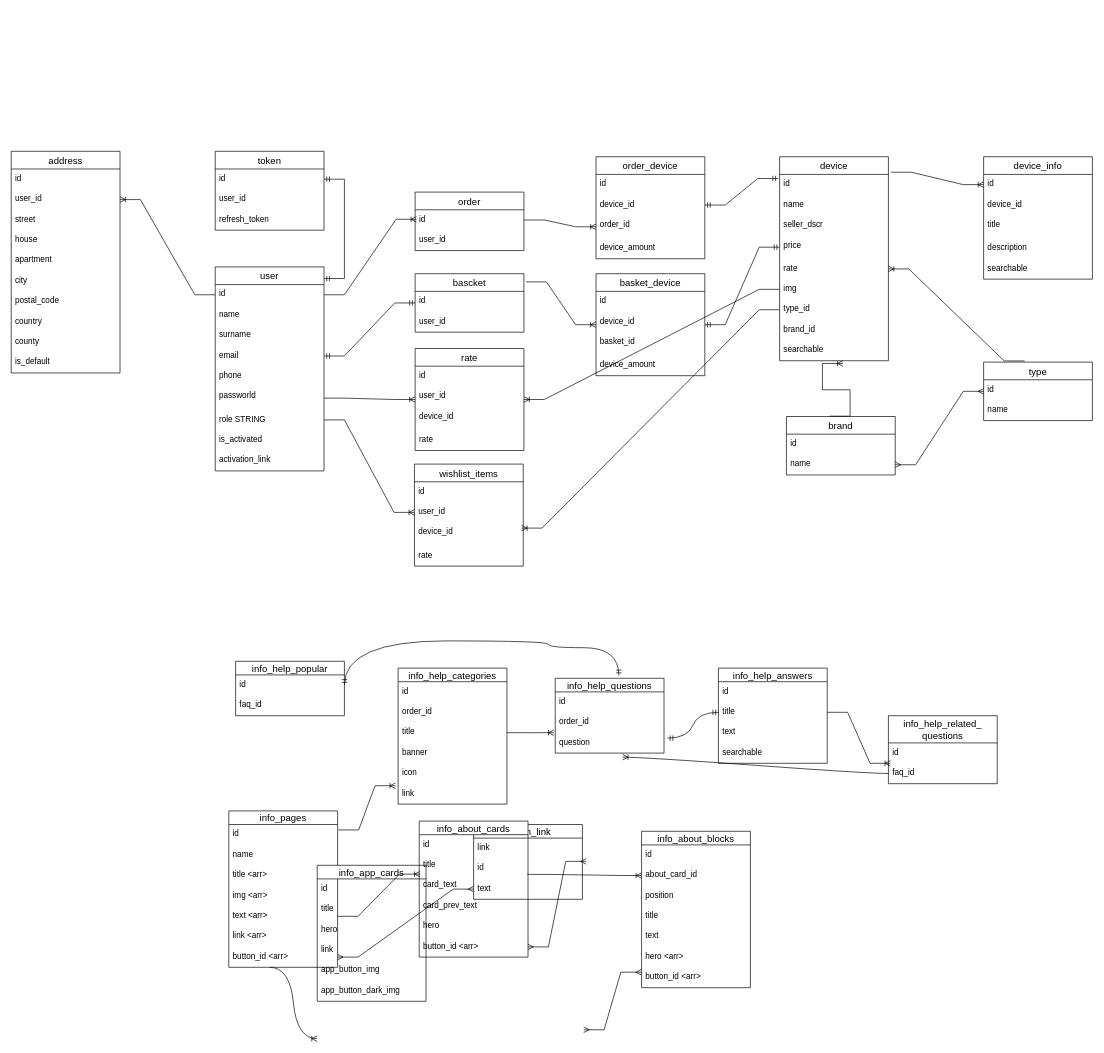
Before: server/models/db_diagram.drawio in zaxel/react_simple_shop, a draw.io diagram. Source tidied: cells renumbered, new cells numbered last; positions are measured from the earlier drawing's top-left corner, leaving out a move shared by most shapes. Both pictures are drawn from the tidied source at 68%, with x=0, y=0 at pixel (11, 151).
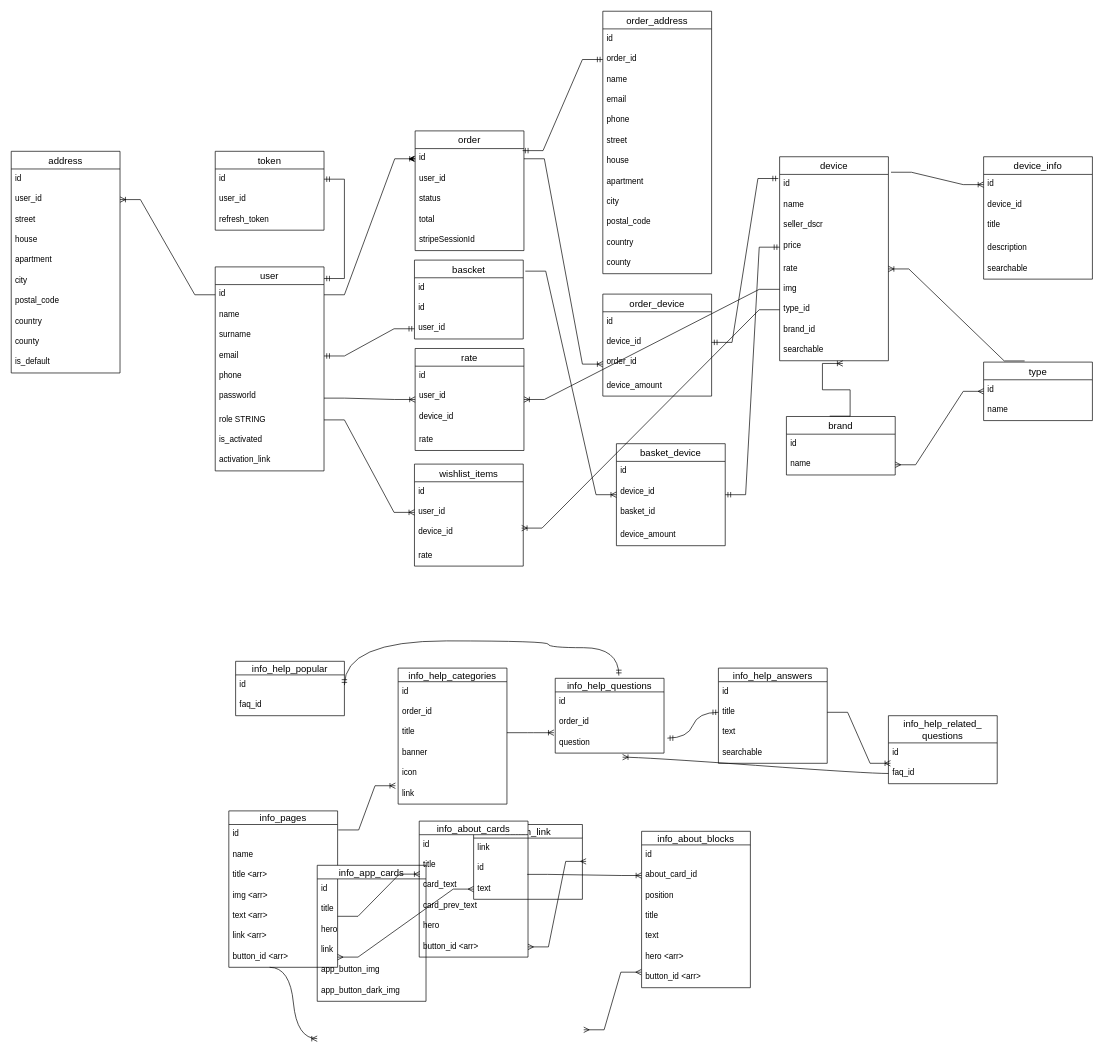
The same diagram, later.

Commit message (it also covers changes not shown here):
feat: add order address table and schema.

Unchanged cells that the change refers to:
```xml
<mxCell id="3" value="id" style="text;strokeColor=none;fillColor=none;spacingLeft=4;spacingRight=4;overflow=hidden;points=[[0,0.5],[1,0.5]];portConstraint=eastwest;fontSize=12;" parent="2" vertex="1">
  <mxGeometry y="26" width="160" height="30" as="geometry" />
</mxCell>
<mxCell id="6" value="email" style="text;strokeColor=none;fillColor=none;spacingLeft=4;spacingRight=4;overflow=hidden;points=[[0,0.5],[1,0.5]];portConstraint=eastwest;fontSize=12;" parent="2" vertex="1">
  <mxGeometry y="116" width="160" height="30" as="geometry" />
</mxCell>
<mxCell id="57" value="id" style="text;strokeColor=none;fillColor=none;spacingLeft=4;spacingRight=4;overflow=hidden;points=[[0,0.5],[1,0.5]];portConstraint=eastwest;fontSize=12;" parent="56" vertex="1">
  <mxGeometry y="26" width="160" height="30" as="geometry" />
</mxCell>
```

Diff of the diagram source:
```diff
@@
     <mxCell id="12" value="bascket" style="swimlane;fontStyle=0;horizontal=1;startSize=26;align=center;fontSize=14;" parent="1" vertex="1">
-      <mxGeometry x="594" y="180" width="160" height="86" as="geometry" />
+      <mxGeometry x="593" y="160" width="160" height="116" as="geometry" />
     </mxCell>
+    <mxCell id="159" value="id" style="text;strokeColor=none;fillColor=none;spacingLeft=4;spacingRight=4;overflow=hidden;fontSize=12;" parent="12" vertex="1">
+      <mxGeometry y="26" width="160" height="30" as="geometry" />
+    </mxCell>
     <mxCell id="13" value="id" style="text;strokeColor=none;fillColor=none;spacingLeft=4;spacingRight=4;overflow=hidden;fontSize=12;" parent="12" vertex="1">
-      <mxGeometry y="26" width="160" height="30" as="geometry" />
+      <mxGeometry y="56" width="160" height="30" as="geometry" />
     </mxCell>
     <mxCell id="14" value="user_id" style="text;strokeColor=none;fillColor=none;spacingLeft=4;spacingRight=4;overflow=hidden;points=[[0,0.5],[1,0.5]];portConstraint=eastwest;fontSize=12;" parent="12" vertex="1">
-      <mxGeometry y="56" width="160" height="30" as="geometry" />
+      <mxGeometry y="86" width="160" height="30" as="geometry" />
     </mxCell>
-    <mxCell id="15" style="edgeStyle=entityRelationEdgeStyle;fontSize=12;html=1;endArrow=ERmandOne;startArrow=ERmandOne;rounded=0;exitX=1;exitY=0.5;exitDx=0;exitDy=0;" parent="1" edge="1" source="6" target="12">
+    <mxCell id="15" style="edgeStyle=entityRelationEdgeStyle;fontSize=12;html=1;endArrow=ERmandOne;startArrow=ERmandOne;rounded=0;exitX=1;exitY=0.5;exitDx=0;exitDy=0;entryX=0;entryY=0.5;entryDx=0;entryDy=0;" parent="1" edge="1" source="6" target="14">
       <mxGeometry relative="1" as="geometry" />
     </mxCell>
@@
     <mxCell id="42" value="basket_device" style="swimlane;fontStyle=0;horizontal=1;startSize=26;align=center;fontSize=14;" parent="1" vertex="1">
-      <mxGeometry x="860" y="180" width="160" height="150" as="geometry" />
+      <mxGeometry x="890" y="430" width="160" height="150" as="geometry" />
     </mxCell>
@@
     <mxCell id="56" value="order" style="swimlane;fontStyle=0;horizontal=1;startSize=26;align=center;fontSize=14;" parent="1" vertex="1">
-      <mxGeometry x="594" y="60" width="160" height="86" as="geometry" />
+      <mxGeometry x="594" y="-30" width="160" height="176" as="geometry" />
     </mxCell>
+    <mxCell id="160" style="edgeStyle=none;html=1;exitX=0;exitY=0.5;exitDx=0;exitDy=0;" parent="56" edge="1" source="57">
+      <mxGeometry relative="1" as="geometry">
+        <mxPoint x="-10" y="41.3" as="targetPoint" />
+      </mxGeometry>
+    </mxCell>
@@
+    <mxCell id="161" value="status" style="text;strokeColor=none;fillColor=none;spacingLeft=4;spacingRight=4;overflow=hidden;fontSize=12;" parent="56" vertex="1">
+      <mxGeometry y="86" width="160" height="30" as="geometry" />
+    </mxCell>
+    <mxCell id="162" value="total" style="text;strokeColor=none;fillColor=none;spacingLeft=4;spacingRight=4;overflow=hidden;fontSize=12;" parent="56" vertex="1">
+      <mxGeometry y="116" width="160" height="30" as="geometry" />
+    </mxCell>
+    <mxCell id="163" value="stripeSessionId" style="text;strokeColor=none;fillColor=none;spacingLeft=4;spacingRight=4;overflow=hidden;fontSize=12;" parent="56" vertex="1">
+      <mxGeometry y="146" width="160" height="30" as="geometry" />
+    </mxCell>
     <mxCell id="59" value="order_device" style="swimlane;fontStyle=0;horizontal=1;startSize=26;align=center;fontSize=14;" parent="1" vertex="1">
-      <mxGeometry x="860" y="8" width="160" height="150" as="geometry" />
+      <mxGeometry x="870" y="210" width="160" height="150" as="geometry" />
     </mxCell>
@@
-    <mxCell id="66" style="edgeStyle=entityRelationEdgeStyle;fontSize=12;html=1;endArrow=ERoneToMany;rounded=0;entryX=0;entryY=0.5;entryDx=0;entryDy=0;exitX=1;exitY=0.5;exitDx=0;exitDy=0;" parent="1" edge="1" source="3">
-      <mxGeometry relative="1" as="geometry">
-        <mxPoint x="596" y="100" as="targetPoint" />
-      </mxGeometry>
+    <mxCell id="66" style="edgeStyle=entityRelationEdgeStyle;fontSize=12;html=1;endArrow=ERoneToMany;rounded=0;exitX=1;exitY=0.5;exitDx=0;exitDy=0;entryX=0;entryY=0.5;entryDx=0;entryDy=0;" parent="1" edge="1" source="3" target="57">
+      <mxGeometry relative="1" as="geometry" />
     </mxCell>
@@
+    <mxCell id="164" value="order_address" style="swimlane;fontStyle=0;horizontal=1;startSize=26;align=center;fontSize=14;" parent="1" vertex="1">
+      <mxGeometry x="870" y="-206" width="160" height="386" as="geometry" />
+    </mxCell>
+    <mxCell id="165" value="id" style="text;strokeColor=none;fillColor=none;spacingLeft=4;spacingRight=4;overflow=hidden;fontSize=12;" parent="164" vertex="1">
+      <mxGeometry y="26" width="160" height="30" as="geometry" />
+    </mxCell>
+    <mxCell id="166" value="order_id" style="text;strokeColor=none;fillColor=none;spacingLeft=4;spacingRight=4;overflow=hidden;points=[[0,0.5],[1,0.5]];portConstraint=eastwest;fontSize=12;" parent="164" vertex="1">
+      <mxGeometry y="56" width="160" height="30" as="geometry" />
+    </mxCell>
+    <mxCell id="167" value="name" style="text;strokeColor=none;fillColor=none;spacingLeft=4;spacingRight=4;overflow=hidden;fontSize=12;" parent="164" vertex="1">
+      <mxGeometry y="86" width="160" height="30" as="geometry" />
+    </mxCell>
+    <mxCell id="168" value="email" style="text;strokeColor=none;fillColor=none;spacingLeft=4;spacingRight=4;overflow=hidden;fontSize=12;" parent="164" vertex="1">
+      <mxGeometry y="116" width="160" height="30" as="geometry" />
+    </mxCell>
+    <mxCell id="169" value="phone" style="text;strokeColor=none;fillColor=none;spacingLeft=4;spacingRight=4;overflow=hidden;fontSize=12;" parent="164" vertex="1">
+      <mxGeometry y="146" width="160" height="30" as="geometry" />
+    </mxCell>
+    <mxCell id="170" value="street" style="text;strokeColor=none;fillColor=none;spacingLeft=4;spacingRight=4;overflow=hidden;fontSize=12;" parent="164" vertex="1">
+      <mxGeometry y="176" width="160" height="30" as="geometry" />
+    </mxCell>
+    <mxCell id="171" value="house" style="text;strokeColor=none;fillColor=none;spacingLeft=4;spacingRight=4;overflow=hidden;fontSize=12;" parent="164" vertex="1">
+      <mxGeometry y="206" width="160" height="30" as="geometry" />
+    </mxCell>
+    <mxCell id="172" value="apartment" style="text;strokeColor=none;fillColor=none;spacingLeft=4;spacingRight=4;overflow=hidden;fontSize=12;" parent="164" vertex="1">
+      <mxGeometry y="236" width="160" height="30" as="geometry" />
+    </mxCell>
+    <mxCell id="173" value="city" style="text;strokeColor=none;fillColor=none;spacingLeft=4;spacingRight=4;overflow=hidden;fontSize=12;" parent="164" vertex="1">
+      <mxGeometry y="266" width="160" height="30" as="geometry" />
+    </mxCell>
+    <mxCell id="174" value="postal_code" style="text;strokeColor=none;fillColor=none;spacingLeft=4;spacingRight=4;overflow=hidden;fontSize=12;" parent="164" vertex="1">
+      <mxGeometry y="296" width="160" height="30" as="geometry" />
+    </mxCell>
+    <mxCell id="175" value="country" style="text;strokeColor=none;fillColor=none;spacingLeft=4;spacingRight=4;overflow=hidden;fontSize=12;" parent="164" vertex="1">
+      <mxGeometry y="326" width="160" height="30" as="geometry" />
+    </mxCell>
+    <mxCell id="176" value="county" style="text;strokeColor=none;fillColor=none;spacingLeft=4;spacingRight=4;overflow=hidden;fontSize=12;" parent="164" vertex="1">
+      <mxGeometry y="356" width="160" height="30" as="geometry" />
+    </mxCell>
+    <mxCell id="177" style="edgeStyle=entityRelationEdgeStyle;fontSize=12;html=1;endArrow=ERmandOne;startArrow=ERmandOne;rounded=0;entryX=0.988;entryY=0.1;entryDx=0;entryDy=0;exitX=0;exitY=0.5;exitDx=0;exitDy=0;entryPerimeter=0;" parent="1" edge="1" source="166" target="57">
+      <mxGeometry relative="1" as="geometry" />
+    </mxCell>
```
